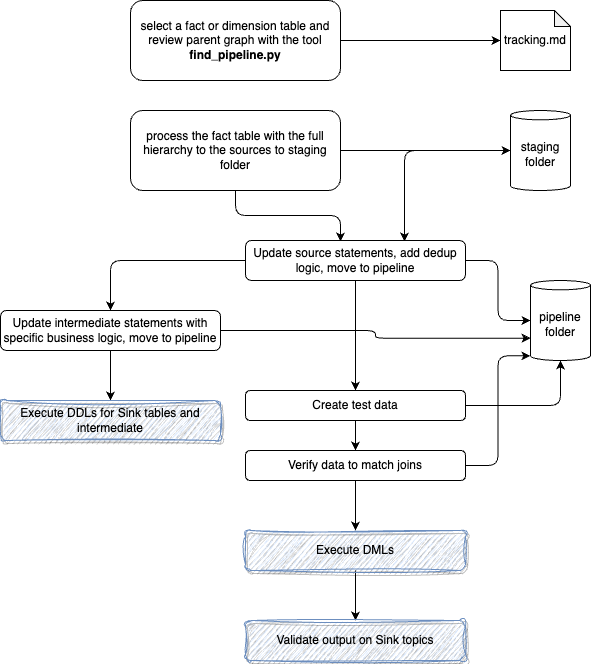
This is docs/images/working_flow_chart.drawio.png from jbcodeforce/shift_left_utils, a draw.io export, as it was before one commit. Source tidied: cells renumbered, new cells last; positions are measured from the earlier drawing's top-left corner, leaving out a move shared by most shapes.
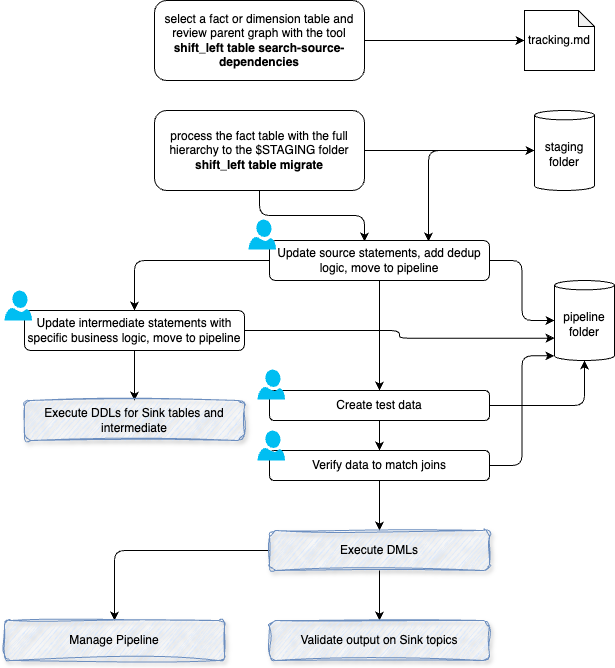
Above is the later version.

The edit, as a diff of the source:
```diff
@@ -5,7 +5,7 @@
     <mxCell id="2" style="edgeStyle=none;html=1;entryX=0;entryY=0.5;entryDx=0;entryDy=0;entryPerimeter=0;" parent="1" edge="1" source="3" target="4">
       <mxGeometry relative="1" as="geometry" />
     </mxCell>
-    <mxCell id="3" value="select a fact or dimension table and review parent graph with the tool &lt;b&gt;find_pipeline.py&lt;/b&gt;" style="rounded=1;whiteSpace=wrap;html=1;" parent="1" vertex="1">
+    <mxCell id="3" value="select a fact or dimension table and review parent graph with the tool &lt;b&gt;shift_left table search-source-dependencies&lt;/b&gt;" style="rounded=1;whiteSpace=wrap;html=1;" parent="1" vertex="1">
       <mxGeometry x="130" width="210" height="80" as="geometry" />
     </mxCell>
     <mxCell id="4" value="tracking.md" style="shape=note;whiteSpace=wrap;html=1;backgroundOutline=1;darkOpacity=0.05;size=16;" parent="1" vertex="1">
@@ -44,7 +44,7 @@
     <mxCell id="15" style="edgeStyle=orthogonalEdgeStyle;html=1;exitX=0;exitY=0.5;exitDx=0;exitDy=0;" parent="1" edge="1" source="19" target="25">
       <mxGeometry relative="1" as="geometry" />
     </mxCell>
-    <mxCell id="16" value="process the fact table with the full hierarchy to the sources to staging folder" style="rounded=1;whiteSpace=wrap;html=1;" parent="1" vertex="1">
+    <mxCell id="16" value="process the fact table with the full hierarchy to the $STAGING folder&lt;div&gt;&lt;b&gt;shift_left table migrate&lt;/b&gt;&lt;/div&gt;" style="rounded=1;whiteSpace=wrap;html=1;" parent="1" vertex="1">
       <mxGeometry x="130" y="110" width="210" height="80" as="geometry" />
     </mxCell>
     <mxCell id="17" style="edgeStyle=orthogonalEdgeStyle;html=1;entryX=0;entryY=0.5;entryDx=0;entryDy=0;entryPerimeter=0;" parent="1" edge="1" source="19" target="20">
@@ -62,6 +62,9 @@
     <mxCell id="21" style="edgeStyle=orthogonalEdgeStyle;html=1;" parent="1" edge="1" source="22" target="27">
       <mxGeometry relative="1" as="geometry" />
     </mxCell>
+    <mxCell id="28" style="edgeStyle=orthogonalEdgeStyle;html=1;entryX=0.5;entryY=0;entryDx=0;entryDy=0;" parent="1" edge="1" source="22" target="33">
+      <mxGeometry relative="1" as="geometry" />
+    </mxCell>
     <mxCell id="22" value="Execute DMLs" style="rounded=1;whiteSpace=wrap;html=1;fillColor=#dae8fc;strokeColor=#6c8ebf;shadow=1;sketch=1;curveFitting=1;jiggle=2;" parent="1" vertex="1">
       <mxGeometry x="245" y="530" width="220" height="40" as="geometry" />
     </mxCell>
@@ -80,5 +83,20 @@
     <mxCell id="27" value="Validate output on Sink topics" style="rounded=1;whiteSpace=wrap;html=1;fillColor=#dae8fc;strokeColor=#6c8ebf;shadow=1;sketch=1;curveFitting=1;jiggle=2;" parent="1" vertex="1">
       <mxGeometry x="245" y="620" width="220" height="40" as="geometry" />
     </mxCell>
+    <mxCell id="29" style="verticalLabelPosition=bottom;html=1;verticalAlign=top;align=center;strokeColor=none;fillColor=#00BEF2;shape=mxgraph.azure.user;" parent="1" vertex="1">
+      <mxGeometry x="224" y="219" width="27.5" height="30" as="geometry" />
+    </mxCell>
+    <mxCell id="30" style="verticalLabelPosition=bottom;html=1;verticalAlign=top;align=center;strokeColor=none;fillColor=#00BEF2;shape=mxgraph.azure.user;" parent="1" vertex="1">
+      <mxGeometry x="233" y="369" width="27.5" height="30" as="geometry" />
+    </mxCell>
+    <mxCell id="31" style="verticalLabelPosition=bottom;html=1;verticalAlign=top;align=center;strokeColor=none;fillColor=#00BEF2;shape=mxgraph.azure.user;" parent="1" vertex="1">
+      <mxGeometry x="233" y="430" width="27.5" height="30" as="geometry" />
+    </mxCell>
+    <mxCell id="32" style="verticalLabelPosition=bottom;html=1;verticalAlign=top;align=center;strokeColor=none;fillColor=#00BEF2;shape=mxgraph.azure.user;" parent="1" vertex="1">
+      <mxGeometry x="-20" y="290" width="27.5" height="30" as="geometry" />
+    </mxCell>
+    <mxCell id="33" value="Manage Pipeline" style="rounded=1;whiteSpace=wrap;html=1;fillColor=#dae8fc;strokeColor=#6c8ebf;shadow=1;sketch=1;curveFitting=1;jiggle=2;" parent="1" vertex="1">
+      <mxGeometry x="-20" y="620" width="220" height="40" as="geometry" />
+    </mxCell>
   </root>
 </mxGraphModel>
```
